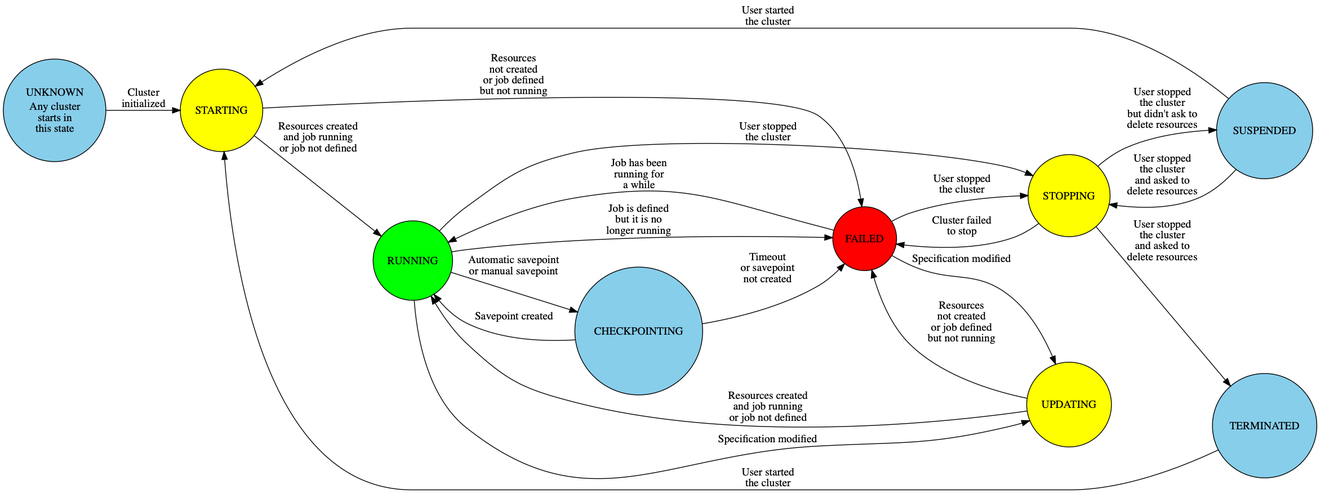
Above: graphs/flink-cluster.png in nextbreakpoint/flink-k8s-toolbox (Graphviz), before the change. Its source is kept beside it as graphs/flink-cluster.dot.
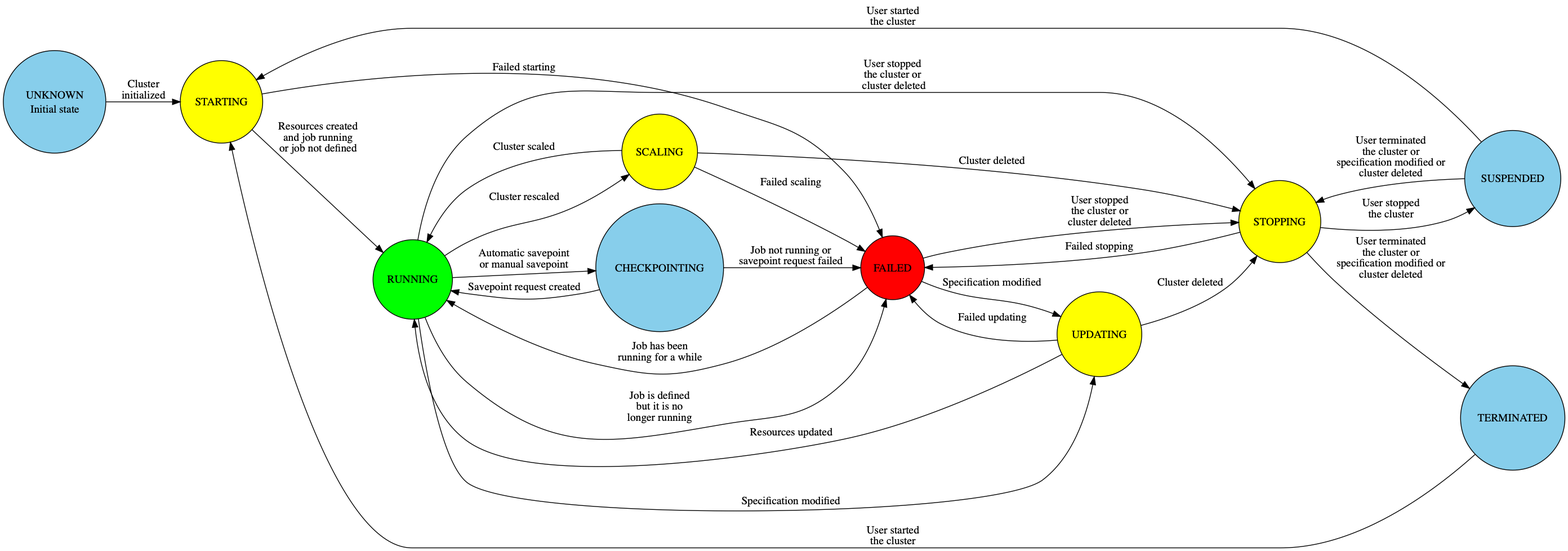
The same file after the commit.

Change to the diagram source:
```diff
@@ -10,7 +10,7 @@
               <TD>UNKNOWN</TD>
           </TR>
           <TR>
-              <TD>Any cluster<BR/>starts in<BR/>this state</TD>
+              <TD>Initial state</TD>
           </TR>
       </TABLE>
   > ];
@@ -31,7 +31,7 @@
   STARTING -> FAILED [ label = <
       <TABLE ALIGN="LEFT" BORDER="0" CELLBORDER="0" CELLSPACING="0">
           <TR>
-              <TD>Resources<BR/>not created<BR/>or job defined<BR/>but not running</TD>
+              <TD>Failed starting</TD>
           </TR>
       </TABLE>
   > ];
@@ -49,6 +49,13 @@
           </TR>
       </TABLE>
   > ];
+  RUNNING -> SCALING [ label = <
+      <TABLE ALIGN="LEFT" BORDER="0" CELLBORDER="0" CELLSPACING="0">
+          <TR>
+              <TD>Cluster rescaled</TD>
+          </TR>
+      </TABLE>
+  > ];
   RUNNING -> FAILED [ label = <
       <TABLE ALIGN="LEFT" BORDER="0" CELLBORDER="0" CELLSPACING="0">
           <TR>
@@ -59,56 +66,84 @@
   RUNNING -> STOPPING [ label = <
       <TABLE ALIGN="LEFT" BORDER="0" CELLBORDER="0" CELLSPACING="0">
           <TR>
-              <TD>User stopped<BR/>the cluster</TD>
+              <TD>User stopped<BR/>the cluster or<BR/> cluster deleted</TD>
           </TR>
       </TABLE>
   > ];
   UPDATING -> FAILED [ label = <
       <TABLE ALIGN="LEFT" BORDER="0" CELLBORDER="0" CELLSPACING="0">
           <TR>
-              <TD>Resources<BR/>not created<BR/>or job defined<BR/>but not running</TD>
+              <TD>Failed updating</TD>
           </TR>
       </TABLE>
   > ];
   UPDATING -> RUNNING [ label = <
       <TABLE ALIGN="LEFT" BORDER="0" CELLBORDER="0" CELLSPACING="0">
           <TR>
-              <TD>Resources created<BR/>and job running<BR/>or job not defined</TD>
+              <TD>Resources updated</TD>
+          </TR>
+      </TABLE>
+  > ];
+  UPDATING -> STOPPING [ label = <
+      <TABLE ALIGN="LEFT" BORDER="0" CELLBORDER="0" CELLSPACING="0">
+          <TR>
+              <TD>Cluster deleted</TD>
+          </TR>
+      </TABLE>
+  > ];
+  SCALING -> FAILED [ label = <
+      <TABLE ALIGN="LEFT" BORDER="0" CELLBORDER="0" CELLSPACING="0">
+          <TR>
+              <TD>Failed scaling</TD>
+          </TR>
+      </TABLE>
+  > ];
+  SCALING -> RUNNING [ label = <
+      <TABLE ALIGN="LEFT" BORDER="0" CELLBORDER="0" CELLSPACING="0">
+          <TR>
+              <TD>Cluster scaled</TD>
+          </TR>
+      </TABLE>
+  > ];
+  SCALING -> STOPPING [ label = <
+      <TABLE ALIGN="LEFT" BORDER="0" CELLBORDER="0" CELLSPACING="0">
+          <TR>
+              <TD>Cluster deleted</TD>
           </TR>
       </TABLE>
   > ];
   STOPPING -> SUSPENDED [ label = <
       <TABLE ALIGN="LEFT" BORDER="0" CELLBORDER="0" CELLSPACING="0">
           <TR>
-              <TD>User stopped<BR/>the cluster<BR/>but didn't ask to<BR/>delete resources</TD>
+              <TD>User stopped<BR/>the cluster</TD>
           </TR>
       </TABLE>
   > ];
   STOPPING -> TERMINATED [ label = <
       <TABLE ALIGN="LEFT" BORDER="0" CELLBORDER="0" CELLSPACING="0">
           <TR>
-              <TD>User stopped<BR/>the cluster<BR/>and asked to<BR/>delete resources</TD>
+              <TD>User terminated<BR/>the cluster or<BR/>specification modified or<BR/>cluster deleted</TD>
           </TR>
       </TABLE>
   > ];
   STOPPING -> FAILED [ label = <
       <TABLE ALIGN="LEFT" BORDER="0" CELLBORDER="0" CELLSPACING="0">
           <TR>
-              <TD>Cluster failed<BR/>to stop</TD>
+              <TD>Failed stopping</TD>
           </TR>
       </TABLE>
   > ];
   CHECKPOINTING -> RUNNING [ label = <
       <TABLE ALIGN="LEFT" BORDER="0" CELLBORDER="0" CELLSPACING="0">
           <TR>
-              <TD>Savepoint created</TD>
+              <TD>Savepoint request created</TD>
           </TR>
       </TABLE>
   > ];
   CHECKPOINTING -> FAILED [ label = <
       <TABLE ALIGN="LEFT" BORDER="0" CELLBORDER="0" CELLSPACING="0">
           <TR>
-              <TD>Timeout<BR/>or savepoint<BR/>not created</TD>
+              <TD>Job not running or<BR/>savepoint request failed</TD>
           </TR>
       </TABLE>
   > ];
@@ -122,7 +157,7 @@
   SUSPENDED -> STOPPING [ label = <
       <TABLE ALIGN="LEFT" BORDER="0" CELLBORDER="0" CELLSPACING="0">
           <TR>
-              <TD>User stopped<BR/>the cluster<BR/>and asked to<BR/>delete resources</TD>
+              <TD>User terminated<BR/>the cluster or<BR/>specification modified or<BR/>cluster deleted</TD>
           </TR>
       </TABLE>
   > ];
@@ -136,14 +171,14 @@
   FAILED -> STOPPING [ label = <
       <TABLE ALIGN="LEFT" BORDER="0" CELLBORDER="0" CELLSPACING="0">
           <TR>
-              <TD>User stopped<BR/>the cluster</TD>
+              <TD>User stopped<BR/>the cluster or<BR/>cluster deleted</TD>
           </TR>
       </TABLE>
   > ];
   FAILED -> RUNNING [ label = <
       <TABLE ALIGN="LEFT" BORDER="0" CELLBORDER="0" CELLSPACING="0">
           <TR>
-              <TD>Job has been<BR/>running for<BR/>a while</TD>
+              <TD>Job has been<BR/>running for a while</TD>
           </TR>
       </TABLE>
   > ];
@@ -157,6 +192,7 @@
   STOPPING [ fillcolor=yellow ];
   STARTING [ fillcolor=yellow ];
   UPDATING [ fillcolor=yellow ];
+  SCALING [ fillcolor=yellow ];
   RUNNING [ fillcolor=green ];
   FAILED [ fillcolor=red ];
   CHECKPOINTING [ fillcolor=skyblue ];
```
